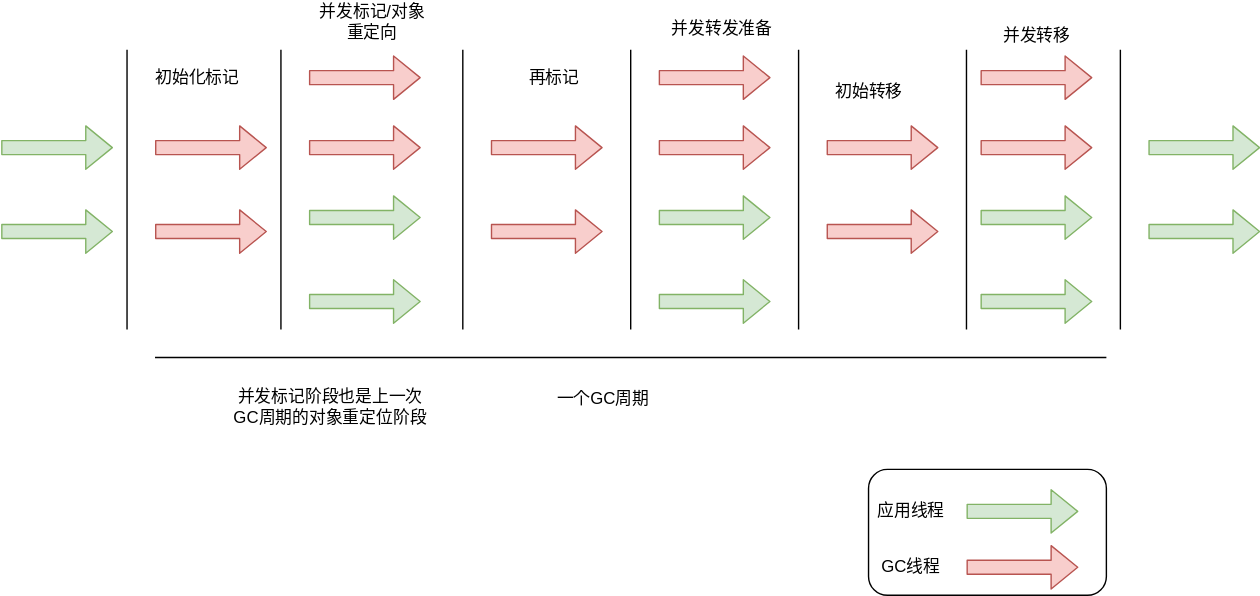
Above: infra/language/java/jvm/zgc.dio.svg in yunkaiOr2/awesome-infra (draw.io), before the change. Source tidied: cells renumbered, new cells last; positions are measured from the earlier drawing's top-left corner, leaving out a move shared by most shapes.
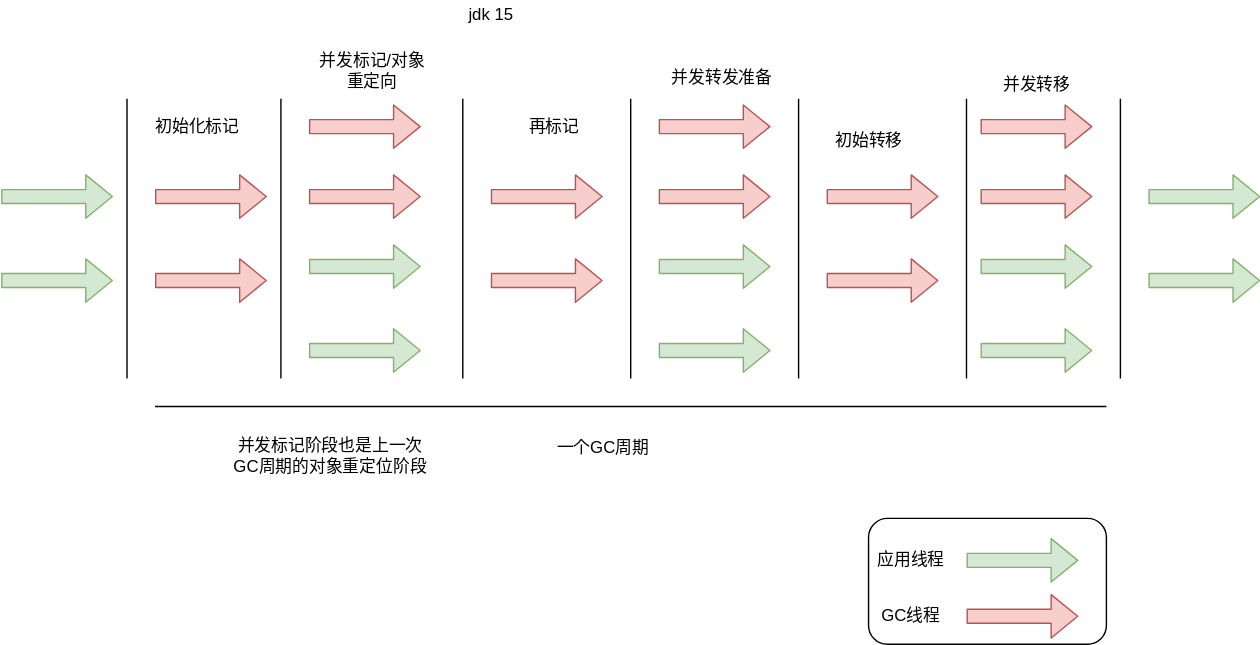
Later version of the same file.

The edit, as a diff of the source:
```diff
@@ -227,5 +227,8 @@
     <mxCell id="44" value="GC线程" style="text;html=1;align=center;verticalAlign=middle;" parent="1" vertex="1">
       <mxGeometry x="620" y="395" width="60" height="20" as="geometry" />
     </mxCell>
+    <mxCell id="45" value="jdk 15" style="text;html=1;align=center;verticalAlign=middle;" parent="1" vertex="1">
+      <mxGeometry x="325" y="-35" width="50" height="20" as="geometry" />
+    </mxCell>
   </root>
 </mxGraphModel>
```
